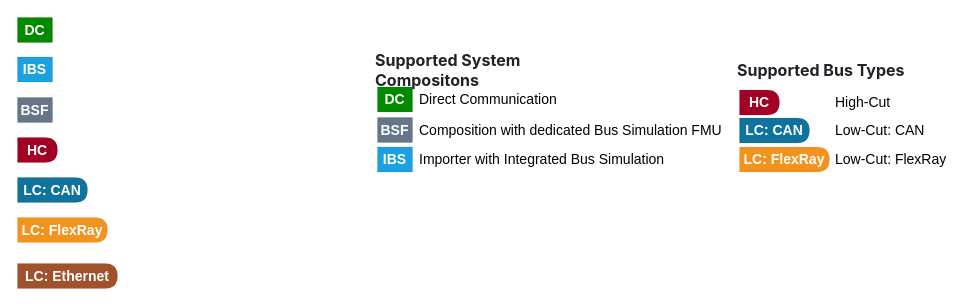
Above: landingpage/graphics.drawio in modelica/fmi-ls-bus (draw.io), before the change. Source tidied: cells renumbered, new cells numbered last; positions are measured from the earlier drawing's top-left corner, leaving out a move shared by most shapes. Both pictures are drawn from the tidied source at 100%, with x=0, y=0 at pixel (17, 17).
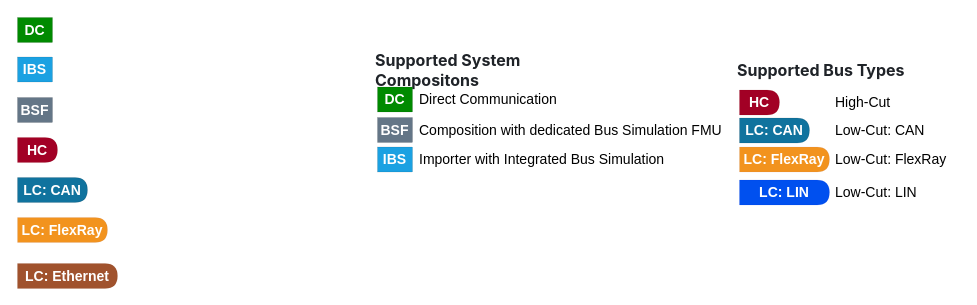
The same diagram, later.

Change to the diagram source:
```diff
@@
+    <mxCell id="23" value="LC: LIN" style="shape=delay;whiteSpace=wrap;html=1;fontStyle=1;fontSize=14;strokeWidth=0;fillColor=#0050ef;strokeColor=#001DBC;fontColor=#ffffff;" parent="1" vertex="1">
+      <mxGeometry x="722" y="162.5" width="90" height="25" as="geometry" />
+    </mxCell>
+    <mxCell id="24" value="Low-Cut: LIN" style="text;html=1;align=left;verticalAlign=middle;whiteSpace=wrap;rounded=0;fontSize=14;" parent="1" vertex="1">
+      <mxGeometry x="816" y="160" width="127" height="30" as="geometry" />
+    </mxCell>
```
